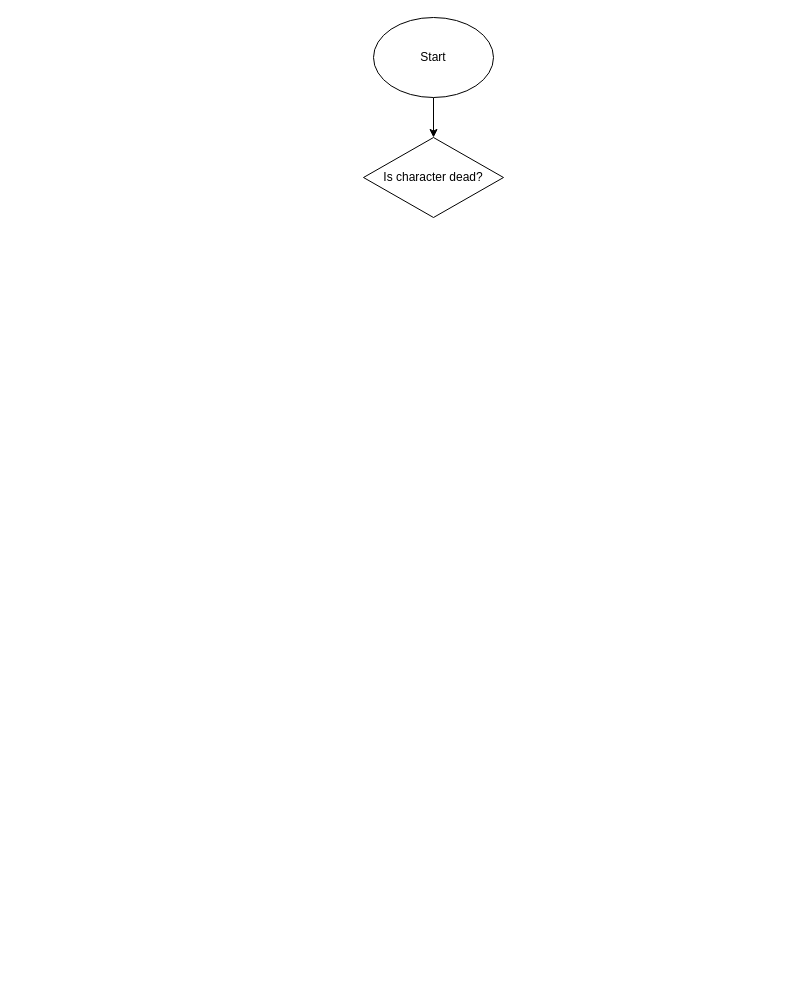
This is assesment/Documentation/assesment.drawio from Ghostboo124/school-game-t1, a draw.io file, before an edit. Source tidied: cells renumbered, new cells numbered last; positions are measured from the earlier drawing's top-left corner, leaving out a move shared by most shapes. Both pictures are drawn from the tidied source at 100%, with x=0, y=0 at pixel (363, 17).
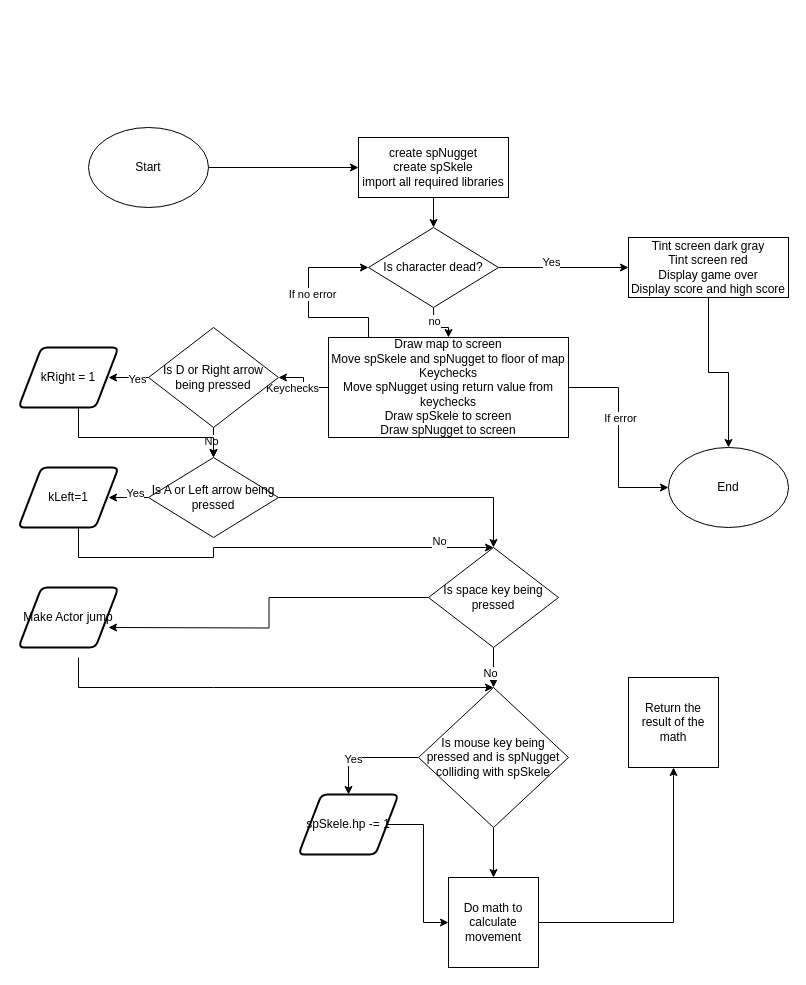
The same page after the edit.

What changed in the source:
```diff
@@
-    <mxCell id="2" style="edgeStyle=orthogonalEdgeStyle;rounded=0;jettySize=auto;html=1;" parent="1" edge="1" source="3" target="4">
-      <mxGeometry relative="1" as="geometry" />
-    </mxCell>
+    <mxCell id="5" style="edgeStyle=orthogonalEdgeStyle;rounded=0;jettySize=auto;html=1;entryX=0;entryY=0.5;entryDx=0;entryDy=0;" parent="1" edge="1" source="3" target="7">
+      <mxGeometry relative="1" as="geometry" />
+    </mxCell>
     <mxCell id="3" value="&lt;div&gt;Start&lt;/div&gt;" style="ellipse;whiteSpace=wrap;html=1;" parent="1" vertex="1">
-      <mxGeometry x="10" width="120" height="80" as="geometry" />
+      <mxGeometry x="-275" y="110" width="120" height="80" as="geometry" />
     </mxCell>
+    <mxCell id="6" style="edgeStyle=orthogonalEdgeStyle;rounded=0;jettySize=auto;html=1;" parent="1" edge="1" source="7" target="4">
+      <mxGeometry relative="1" as="geometry" />
+    </mxCell>
+    <mxCell id="7" value="&lt;div&gt;create spNugget&lt;/div&gt;&lt;div&gt;create spSkele&lt;/div&gt;&lt;div&gt;import all required libraries&lt;/div&gt;" style="rounded=0;whiteSpace=wrap;html=1;" parent="1" vertex="1">
+      <mxGeometry x="-5" y="120" width="150" height="60" as="geometry" />
+    </mxCell>
+    <mxCell id="8" style="edgeStyle=orthogonalEdgeStyle;rounded=0;jettySize=auto;html=1;" parent="1" edge="1" source="4" target="13">
+      <mxGeometry relative="1" as="geometry" />
+    </mxCell>
+    <mxCell id="9" value="&lt;div&gt;Yes&lt;/div&gt;" style="edgeLabel;html=1;align=center;verticalAlign=middle;" parent="8" vertex="1">
+      <mxGeometry x="-0.2" y="6" relative="1" as="geometry" />
+    </mxCell>
+    <mxCell id="10" style="edgeStyle=orthogonalEdgeStyle;rounded=0;jettySize=auto;html=1;entryX=0.5;entryY=0;entryDx=0;entryDy=0;" parent="1" edge="1" source="4" target="20">
+      <mxGeometry relative="1" as="geometry" />
+    </mxCell>
+    <mxCell id="11" value="no" style="edgeLabel;html=1;align=center;verticalAlign=middle;" parent="10" vertex="1">
+      <mxGeometry x="-0.42" relative="1" as="geometry" />
+    </mxCell>
     <mxCell id="4" value="Is character dead?" style="rhombus;whiteSpace=wrap;html=1;" parent="1" vertex="1">
-      <mxGeometry y="120" width="140" height="80" as="geometry" />
+      <mxGeometry x="5" y="210" width="130" height="80" as="geometry" />
     </mxCell>
+    <mxCell id="12" style="edgeStyle=orthogonalEdgeStyle;rounded=0;jettySize=auto;html=1;entryX=0.5;entryY=0;entryDx=0;entryDy=0;" parent="1" edge="1" source="13" target="45">
+      <mxGeometry relative="1" as="geometry" />
+    </mxCell>
+    <mxCell id="13" value="&lt;div&gt;Tint screen dark gray&lt;/div&gt;&lt;div&gt;Tint screen red&lt;/div&gt;&lt;div&gt;Display game over&lt;/div&gt;&lt;div&gt;Display score and high score&lt;/div&gt;" style="rounded=0;whiteSpace=wrap;html=1;" parent="1" vertex="1">
+      <mxGeometry x="265" y="220" width="160" height="60" as="geometry" />
+    </mxCell>
+    <mxCell id="14" style="edgeStyle=orthogonalEdgeStyle;rounded=0;jettySize=auto;html=1;" parent="1" edge="1" source="20" target="25">
+      <mxGeometry relative="1" as="geometry" />
+    </mxCell>
+    <mxCell id="15" value="&lt;div&gt;Keychecks&lt;/div&gt;" style="edgeLabel;html=1;align=center;verticalAlign=middle;" parent="14" vertex="1">
+      <mxGeometry x="0.29" y="2" relative="1" as="geometry">
+        <mxPoint x="-8" y="8" as="offset" />
+      </mxGeometry>
+    </mxCell>
+    <mxCell id="16" style="edgeStyle=orthogonalEdgeStyle;rounded=0;jettySize=auto;html=1;entryX=0;entryY=0.5;entryDx=0;entryDy=0;" parent="1" edge="1" source="20" target="4">
+      <mxGeometry relative="1" as="geometry">
+        <Array as="points">
+          <mxPoint x="5" y="300" />
+          <mxPoint x="-55" y="300" />
+          <mxPoint x="-55" y="250" />
+        </Array>
+      </mxGeometry>
+    </mxCell>
+    <mxCell id="17" value="&lt;div&gt;If no error&lt;/div&gt;" style="edgeLabel;html=1;align=center;verticalAlign=middle;" parent="16" vertex="1">
+      <mxGeometry x="0.09" y="-3" relative="1" as="geometry" />
+    </mxCell>
+    <mxCell id="18" style="edgeStyle=orthogonalEdgeStyle;rounded=0;jettySize=auto;html=1;entryX=0;entryY=0.5;entryDx=0;entryDy=0;" parent="1" edge="1" source="20" target="45">
+      <mxGeometry relative="1" as="geometry" />
+    </mxCell>
+    <mxCell id="19" value="If error" style="edgeLabel;html=1;align=center;verticalAlign=middle;" parent="18" vertex="1">
+      <mxGeometry x="-0.2" y="1" relative="1" as="geometry" />
+    </mxCell>
+    <mxCell id="20" value="&lt;div&gt;Draw map to screen&lt;/div&gt;&lt;div&gt;Move spSkele and spNugget to floor of map&lt;/div&gt;&lt;div&gt;Keychecks&lt;/div&gt;&lt;div&gt;Move spNugget using return value from keychecks&lt;/div&gt;&lt;div&gt;Draw spSkele to screen&lt;/div&gt;&lt;div&gt;Draw spNugget to screen&lt;/div&gt;" style="rounded=0;whiteSpace=wrap;html=1;" parent="1" vertex="1">
+      <mxGeometry x="-35" y="320" width="240" height="100" as="geometry" />
+    </mxCell>
+    <mxCell id="21" style="edgeStyle=orthogonalEdgeStyle;rounded=0;jettySize=auto;html=1;" parent="1" edge="1" source="25" target="29">
+      <mxGeometry relative="1" as="geometry" />
+    </mxCell>
+    <mxCell id="22" value="&lt;div&gt;No&lt;/div&gt;" style="edgeLabel;html=1;align=center;verticalAlign=middle;" parent="21" vertex="1">
+      <mxGeometry x="0.32" y="-3" relative="1" as="geometry" />
+    </mxCell>
+    <mxCell id="23" style="edgeStyle=orthogonalEdgeStyle;rounded=0;jettySize=auto;html=1;" parent="1" edge="1" source="25">
+      <mxGeometry relative="1" as="geometry">
+        <mxPoint x="-255" y="360" as="targetPoint" />
+      </mxGeometry>
+    </mxCell>
+    <mxCell id="24" value="Yes" style="edgeLabel;html=1;align=center;verticalAlign=middle;" parent="23" vertex="1">
+      <mxGeometry x="-0.4" y="1" relative="1" as="geometry" />
+    </mxCell>
+    <mxCell id="25" value="Is D or Right arrow being pressed" style="rhombus;whiteSpace=wrap;html=1;" parent="1" vertex="1">
+      <mxGeometry x="-215" y="310" width="130" height="100" as="geometry" />
+    </mxCell>
+    <mxCell id="26" style="edgeStyle=orthogonalEdgeStyle;rounded=0;jettySize=auto;html=1;" parent="1" edge="1" source="29">
+      <mxGeometry relative="1" as="geometry">
+        <mxPoint x="-255" y="480" as="targetPoint" />
+      </mxGeometry>
+    </mxCell>
+    <mxCell id="27" value="Yes" style="edgeLabel;html=1;align=center;verticalAlign=middle;" parent="26" vertex="1">
+      <mxGeometry x="-0.3" y="-5" relative="1" as="geometry" />
+    </mxCell>
+    <mxCell id="28" style="edgeStyle=orthogonalEdgeStyle;rounded=0;jettySize=auto;html=1;" parent="1" edge="1" source="29" target="38">
+      <mxGeometry relative="1" as="geometry" />
+    </mxCell>
+    <mxCell id="29" value="Is A or Left arrow being pressed" style="rhombus;whiteSpace=wrap;html=1;" parent="1" vertex="1">
+      <mxGeometry x="-215" y="440" width="130" height="80" as="geometry" />
+    </mxCell>
+    <mxCell id="30" style="edgeStyle=orthogonalEdgeStyle;rounded=0;jettySize=auto;html=1;entryX=0.5;entryY=0;entryDx=0;entryDy=0;" parent="1" edge="1" target="29">
+      <mxGeometry relative="1" as="geometry">
+        <mxPoint x="-285" y="390" as="sourcePoint" />
+        <Array as="points">
+          <mxPoint x="-285" y="420" />
+          <mxPoint x="-150" y="420" />
+        </Array>
+      </mxGeometry>
+    </mxCell>
+    <mxCell id="31" style="edgeStyle=orthogonalEdgeStyle;rounded=0;jettySize=auto;html=1;entryX=0.5;entryY=0;entryDx=0;entryDy=0;" parent="1" edge="1" source="34" target="47">
+      <mxGeometry relative="1" as="geometry" />
+    </mxCell>
+    <mxCell id="32" value="Yes" style="edgeLabel;html=1;align=center;verticalAlign=middle;" parent="31" vertex="1">
+      <mxGeometry x="0.24" y="1" relative="1" as="geometry" />
+    </mxCell>
+    <mxCell id="33" style="edgeStyle=orthogonalEdgeStyle;rounded=0;jettySize=auto;html=1;" parent="1" edge="1" source="34" target="43">
+      <mxGeometry relative="1" as="geometry" />
+    </mxCell>
+    <mxCell id="34" value="Is mouse key being pressed and is spNugget colliding with spSkele" style="rhombus;whiteSpace=wrap;html=1;" parent="1" vertex="1">
+      <mxGeometry x="55" y="670" width="150" height="140" as="geometry" />
+    </mxCell>
+    <mxCell id="35" style="edgeStyle=orthogonalEdgeStyle;rounded=0;jettySize=auto;html=1;" parent="1" edge="1" source="38">
+      <mxGeometry relative="1" as="geometry">
+        <mxPoint x="-255" y="610" as="targetPoint" />
+      </mxGeometry>
+    </mxCell>
+    <mxCell id="36" style="edgeStyle=orthogonalEdgeStyle;rounded=0;jettySize=auto;html=1;" parent="1" edge="1" source="38" target="34">
+      <mxGeometry relative="1" as="geometry" />
+    </mxCell>
+    <mxCell id="37" value="No" style="edgeLabel;html=1;align=center;verticalAlign=middle;" parent="36" vertex="1">
+      <mxGeometry x="0.24" y="-4" relative="1" as="geometry" />
+    </mxCell>
+    <mxCell id="38" value="Is space key being pressed" style="rhombus;whiteSpace=wrap;html=1;" parent="1" vertex="1">
+      <mxGeometry x="65" y="530" width="130" height="100" as="geometry" />
+    </mxCell>
+    <mxCell id="39" style="edgeStyle=orthogonalEdgeStyle;rounded=0;jettySize=auto;html=1;entryX=0.5;entryY=0;entryDx=0;entryDy=0;" parent="1" edge="1" target="38">
+      <mxGeometry relative="1" as="geometry">
+        <mxPoint x="-285" y="510" as="sourcePoint" />
+        <Array as="points">
+          <mxPoint x="-285" y="540" />
+          <mxPoint x="-150" y="540" />
+        </Array>
+      </mxGeometry>
+    </mxCell>
+    <mxCell id="40" value="&lt;div&gt;No&lt;/div&gt;" style="edgeLabel;html=1;align=center;verticalAlign=middle;" parent="39" vertex="1">
+      <mxGeometry x="0.76" y="7" relative="1" as="geometry" />
+    </mxCell>
+    <mxCell id="41" style="edgeStyle=orthogonalEdgeStyle;rounded=0;jettySize=auto;html=1;entryX=0.5;entryY=0;entryDx=0;entryDy=0;" parent="1" edge="1" target="34">
+      <mxGeometry relative="1" as="geometry">
+        <mxPoint x="-285" y="640" as="sourcePoint" />
+        <Array as="points">
+          <mxPoint x="-285" y="670" />
+          <mxPoint x="-150" y="670" />
+        </Array>
+      </mxGeometry>
+    </mxCell>
+    <mxCell id="42" style="edgeStyle=orthogonalEdgeStyle;rounded=0;jettySize=auto;html=1;" parent="1" edge="1" source="43" target="44">
+      <mxGeometry relative="1" as="geometry" />
+    </mxCell>
+    <mxCell id="43" value="Do math to calculate movement" style="whiteSpace=wrap;html=1;" parent="1" vertex="1">
+      <mxGeometry x="85" y="860" width="90" height="90" as="geometry" />
+    </mxCell>
+    <mxCell id="44" value="Return the result of the math" style="whiteSpace=wrap;html=1;" parent="1" vertex="1">
+      <mxGeometry x="265" y="660" width="90" height="90" as="geometry" />
+    </mxCell>
+    <mxCell id="45" value="End" style="ellipse;whiteSpace=wrap;html=1;" parent="1" vertex="1">
+      <mxGeometry x="305" y="430" width="120" height="80" as="geometry" />
+    </mxCell>
+    <mxCell id="46" style="edgeStyle=orthogonalEdgeStyle;rounded=0;jettySize=auto;html=1;entryX=0;entryY=0.5;entryDx=0;entryDy=0;" parent="1" edge="1" source="47" target="43">
+      <mxGeometry relative="1" as="geometry" />
+    </mxCell>
+    <mxCell id="47" value="spSkele.hp -= 1" style="shape=parallelogram;html=1;strokeWidth=2;perimeter=parallelogramPerimeter;whiteSpace=wrap;rounded=1;arcSize=12;size=0.23;" parent="1" vertex="1">
+      <mxGeometry x="-65" y="777" width="100" height="60" as="geometry" />
+    </mxCell>
+    <mxCell id="48" value="Make Actor jump" style="shape=parallelogram;html=1;strokeWidth=2;perimeter=parallelogramPerimeter;whiteSpace=wrap;rounded=1;arcSize=12;size=0.23;" parent="1" vertex="1">
+      <mxGeometry x="-345" y="570" width="100" height="60" as="geometry" />
+    </mxCell>
+    <mxCell id="49" value="kLeft=1" style="shape=parallelogram;html=1;strokeWidth=2;perimeter=parallelogramPerimeter;whiteSpace=wrap;rounded=1;arcSize=12;size=0.23;" parent="1" vertex="1">
+      <mxGeometry x="-345" y="450" width="100" height="60" as="geometry" />
+    </mxCell>
+    <mxCell id="50" value="kRight = 1" style="shape=parallelogram;html=1;strokeWidth=2;perimeter=parallelogramPerimeter;whiteSpace=wrap;rounded=1;arcSize=12;size=0.23;" parent="1" vertex="1">
+      <mxGeometry x="-345" y="330" width="100" height="60" as="geometry" />
+    </mxCell>
```
